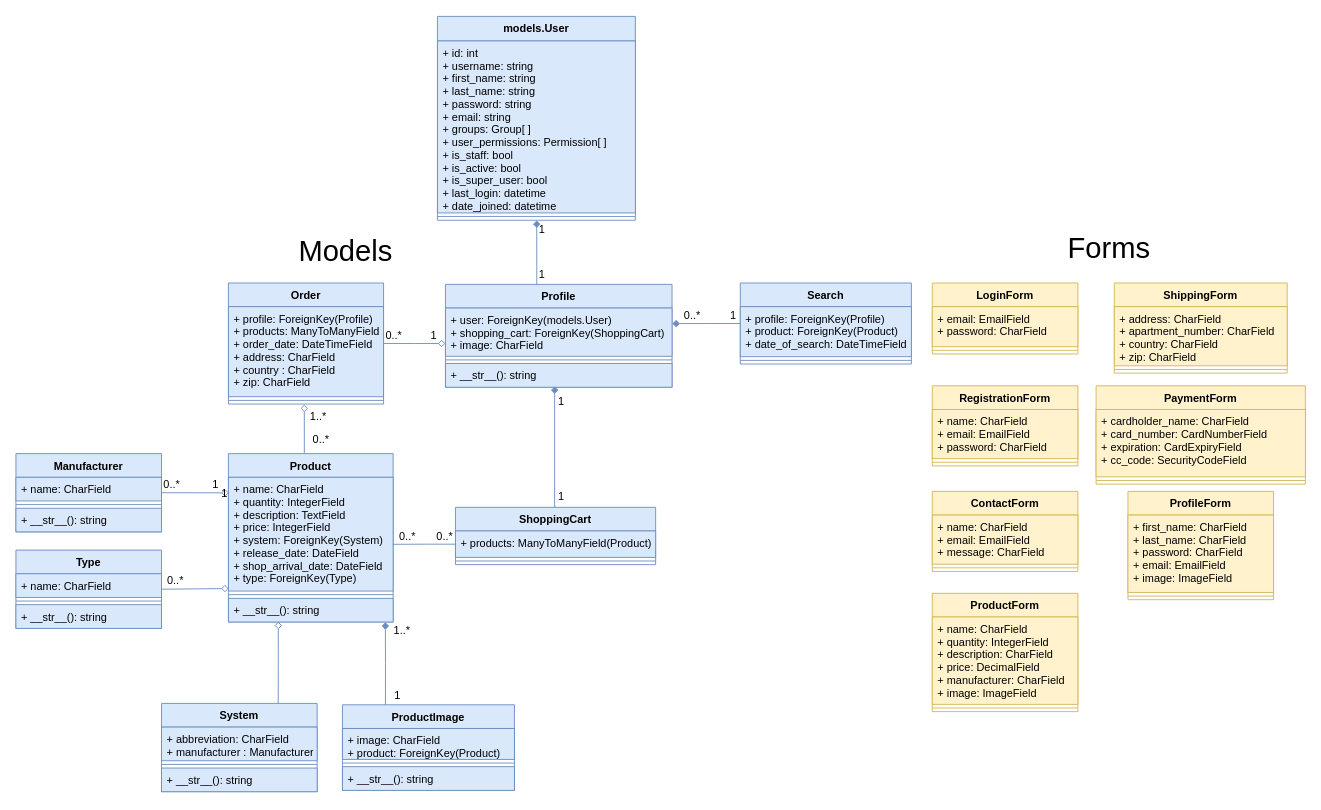
This is documentation/diagrams/class/class_diagram.drawio from RunarVestmann/verklegtnamskeid2, a draw.io file, before an edit. Source tidied: cells renumbered, new cells numbered last; positions are measured from the earlier drawing's top-left corner, leaving out a move shared by most shapes. Both pictures are drawn from the tidied source at 91%, with x=0, y=0 at pixel (15, 15).
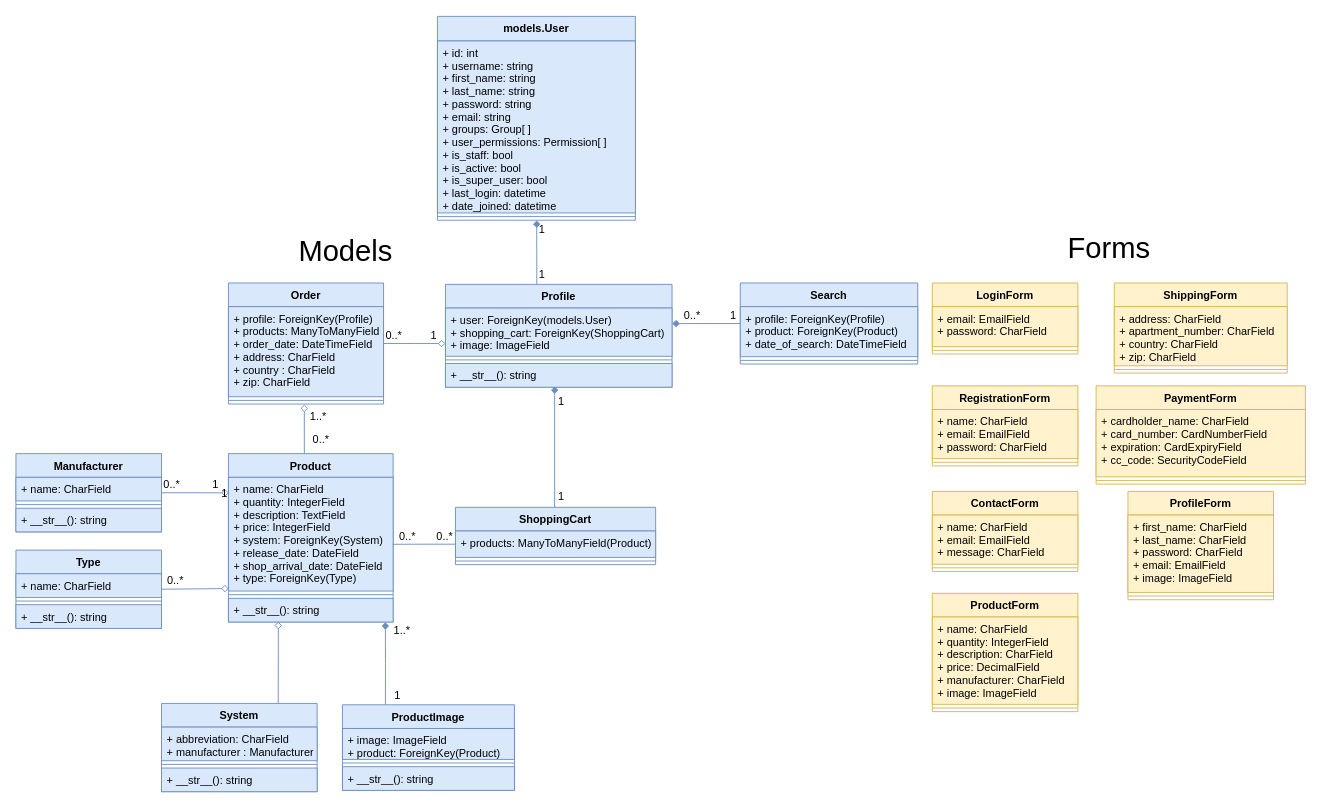
The same diagram, later.

Commit message (it also covers changes not shown here):
Changed the image CharField to be an ImageField

Unchanged cells that the change refers to:
```xml
<mxCell id="52" value="Profile" style="swimlane;fontStyle=1;align=center;verticalAlign=top;horizontal=1;startSize=26;fillColor=#dae8fc;strokeColor=#6c8ebf;" parent="1" vertex="1">
  <mxGeometry x="472" y="295" width="249" height="113" as="geometry" />
</mxCell>
<mxCell id="70" value="ProductImage" style="swimlane;fontStyle=1;align=center;verticalAlign=top;horizontal=1;startSize=26;fillColor=#dae8fc;strokeColor=#6c8ebf;" parent="1" vertex="1">
  <mxGeometry x="358.8" y="757" width="189" height="94" as="geometry" />
</mxCell>
```

What changed in the source:
```diff
@@
     <mxCell id="4" value="Search" style="swimlane;fontStyle=1;align=center;verticalAlign=top;horizontal=1;startSize=26;fillColor=#dae8fc;strokeColor=#6c8ebf;" parent="1" vertex="1">
-      <mxGeometry x="796" y="293.5" width="188" height="89" as="geometry" />
+      <mxGeometry x="796" y="293.5" width="195" height="89" as="geometry" />
     </mxCell>
     <mxCell id="5" value="+ profile: ForeignKey(Profile)&#10;+ product: ForeignKey(Product)&#10;+ date_of_search: DateTimeField&#10;" style="text;strokeColor=#6c8ebf;fillColor=#dae8fc;align=left;verticalAlign=top;spacingLeft=4;spacingRight=4;overflow=hidden;" parent="4" vertex="1">
-      <mxGeometry y="26" width="188" height="55" as="geometry" />
+      <mxGeometry y="26" width="195" height="55" as="geometry" />
     </mxCell>
     <mxCell id="6" style="line;strokeWidth=1;fillColor=#dae8fc;align=left;verticalAlign=middle;spacingTop=-1;spacingLeft=3;spacingRight=3;labelPosition=right;strokeColor=#6c8ebf;" parent="4" vertex="1">
-      <mxGeometry y="81" width="188" height="8" as="geometry" />
+      <mxGeometry y="81" width="195" height="8" as="geometry" />
     </mxCell>
@@
-    <mxCell id="53" value="+ user: ForeignKey(models.User)&#10;+ shopping_cart: ForeignKey(ShoppingCart)&#10;+ image: CharField&#10;&#10;" style="text;strokeColor=#6c8ebf;fillColor=#dae8fc;align=left;verticalAlign=top;spacingLeft=4;spacingRight=4;overflow=hidden;points=[[0,0.5],[1,0.5]];portConstraint=eastwest;" parent="52" vertex="1">
+    <mxCell id="53" value="+ user: ForeignKey(models.User)&#10;+ shopping_cart: ForeignKey(ShoppingCart)&#10;+ image: ImageField&#10;&#10;" style="text;strokeColor=#6c8ebf;fillColor=#dae8fc;align=left;verticalAlign=top;spacingLeft=4;spacingRight=4;overflow=hidden;points=[[0,0.5],[1,0.5]];portConstraint=eastwest;" parent="52" vertex="1">
       <mxGeometry y="26" width="249" height="53" as="geometry" />
     </mxCell>
@@
-    <mxCell id="71" value="+ image: CharField&#10;+ product: ForeignKey(Product)&#10;" style="text;strokeColor=#6c8ebf;fillColor=#dae8fc;align=left;verticalAlign=top;spacingLeft=4;spacingRight=4;overflow=hidden;" parent="70" vertex="1">
+    <mxCell id="71" value="+ image: ImageField&#10;+ product: ForeignKey(Product)&#10;" style="text;strokeColor=#6c8ebf;fillColor=#dae8fc;align=left;verticalAlign=top;spacingLeft=4;spacingRight=4;overflow=hidden;" parent="70" vertex="1">
       <mxGeometry y="26" width="189" height="34" as="geometry" />
     </mxCell>
```
